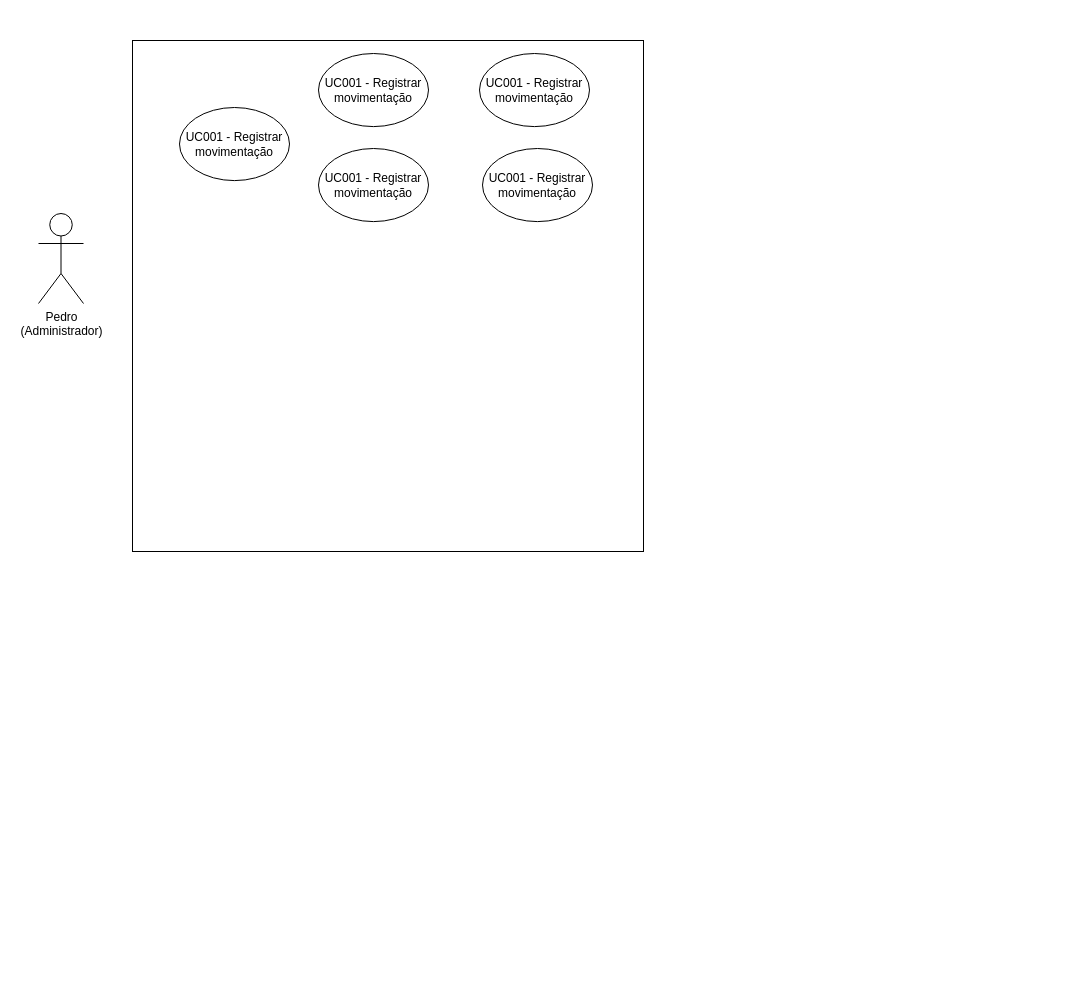
gabrielruizmb/estacionamento-api keeps this draw.io diagram as Diagrama de casos de uso.drawio. Above is the earlier version. Source tidied: cells renumbered, new cells numbered last; positions are measured from the earlier drawing's top-left corner, leaving out a move shared by most shapes. Both pictures are drawn from the tidied source at 100%, with x=0, y=0 at pixel (38, 40).
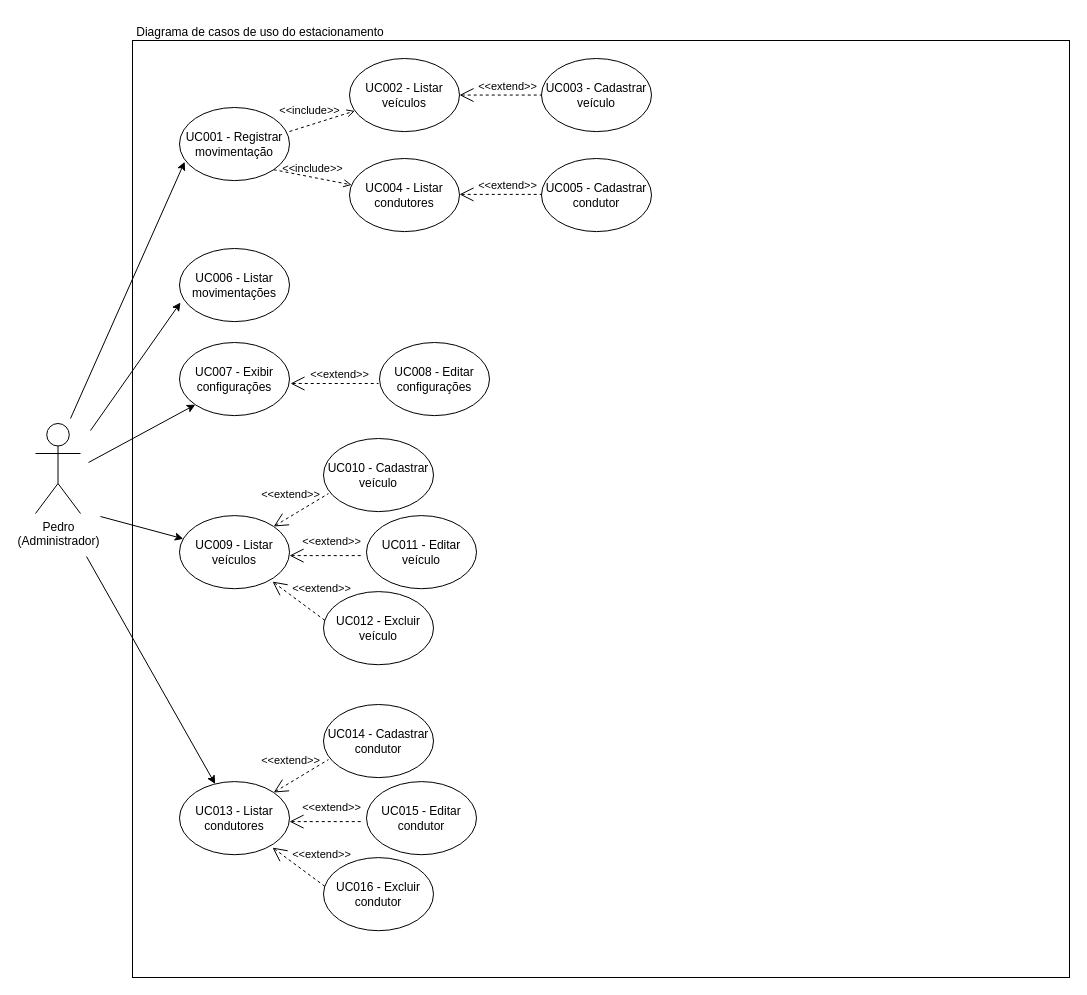
After the change.

Unchanged cells that the change refers to:
```xml
<mxCell id="4" value="UC001 - Registrar movimentação" style="ellipse;whiteSpace=wrap;html=1;" parent="1" vertex="1">
  <mxGeometry x="141" y="67" width="110" height="73.1" as="geometry" />
</mxCell>
```

Diff of the diagram source:
```diff
@@
     <mxCell id="2" value="Pedro&lt;br&gt;(Administrador)" style="shape=umlActor;verticalLabelPosition=bottom;verticalAlign=top;html=1;" parent="1" vertex="1">
-      <mxGeometry y="173" width="45" height="90" as="geometry" />
+      <mxGeometry x="-3" y="383" width="45" height="90" as="geometry" />
     </mxCell>
     <mxCell id="3" style="whiteSpace=wrap;html=1;" parent="1" vertex="1">
-      <mxGeometry x="94" width="511" height="511" as="geometry" />
+      <mxGeometry x="94" width="937" height="937" as="geometry" />
     </mxCell>
@@
-    <mxCell id="5" value="UC001 - Registrar movimentação" style="ellipse;whiteSpace=wrap;html=1;" parent="1" vertex="1">
-      <mxGeometry x="280" y="13" width="110" height="73.1" as="geometry" />
+    <mxCell id="5" value="UC003 - Cadastrar veículo" style="ellipse;whiteSpace=wrap;html=1;" parent="1" vertex="1">
+      <mxGeometry x="503" y="18" width="110" height="73.1" as="geometry" />
     </mxCell>
-    <mxCell id="6" value="UC001 - Registrar movimentação" style="ellipse;whiteSpace=wrap;html=1;" parent="1" vertex="1">
-      <mxGeometry x="280" y="108" width="110" height="73.1" as="geometry" />
+    <mxCell id="6" value="UC005 - Cadastrar condutor" style="ellipse;whiteSpace=wrap;html=1;" parent="1" vertex="1">
+      <mxGeometry x="503" y="118" width="110" height="73.1" as="geometry" />
     </mxCell>
-    <mxCell id="7" value="UC001 - Registrar movimentação" style="ellipse;whiteSpace=wrap;html=1;" parent="1" vertex="1">
-      <mxGeometry x="444" y="108" width="110" height="73.1" as="geometry" />
+    <mxCell id="7" value="UC002 - Listar veículos" style="ellipse;whiteSpace=wrap;html=1;" parent="1" vertex="1">
+      <mxGeometry x="311" y="18" width="110" height="73.1" as="geometry" />
     </mxCell>
-    <mxCell id="8" value="UC001 - Registrar movimentação" style="ellipse;whiteSpace=wrap;html=1;" parent="1" vertex="1">
-      <mxGeometry x="441" y="13" width="110" height="73.1" as="geometry" />
+    <mxCell id="8" value="UC004 - Listar condutores" style="ellipse;whiteSpace=wrap;html=1;" parent="1" vertex="1">
+      <mxGeometry x="311" y="118" width="110" height="73.1" as="geometry" />
     </mxCell>
+    <mxCell id="9" style="endArrow=classic;html=1;rounded=0;entryX=0.047;entryY=0.743;entryDx=0;entryDy=0;entryPerimeter=0;" parent="1" edge="1" target="4">
+      <mxGeometry relative="1" as="geometry">
+        <mxPoint x="32" y="378" as="sourcePoint" />
+      </mxGeometry>
+    </mxCell>
+    <mxCell id="10" value="&amp;lt;&amp;lt;include&amp;gt;&amp;gt;" style="html=1;verticalAlign=bottom;labelBackgroundColor=none;endArrow=open;endFill=0;dashed=1;rounded=0;" parent="1" edge="1">
+      <mxGeometry x="-0.34" y="5" relative="1" as="geometry">
+        <mxPoint x="251" y="91" as="sourcePoint" />
+        <mxPoint x="316.4" y="70.4" as="targetPoint" />
+      </mxGeometry>
+    </mxCell>
+    <mxCell id="11" value="&amp;lt;&amp;lt;include&amp;gt;&amp;gt;" style="html=1;verticalAlign=bottom;labelBackgroundColor=none;endArrow=open;endFill=0;dashed=1;rounded=0;exitX=1;exitY=1;exitDx=0;exitDy=0;" parent="1" edge="1" source="4" target="8">
+      <mxGeometry relative="1" as="geometry" />
+    </mxCell>
+    <mxCell id="12" value="&amp;lt;&amp;lt;extend&amp;gt;&amp;gt;" style="edgeStyle=none;html=1;startArrow=open;endArrow=none;startSize=12;verticalAlign=bottom;dashed=1;labelBackgroundColor=none;rounded=0;exitX=1;exitY=0.5;exitDx=0;exitDy=0;entryX=0;entryY=0.5;entryDx=0;entryDy=0;" parent="1" edge="1" source="7" target="5">
+      <mxGeometry x="0.17" relative="1" as="geometry" />
+    </mxCell>
+    <mxCell id="13" value="&amp;lt;&amp;lt;extend&amp;gt;&amp;gt;" style="edgeStyle=none;html=1;startArrow=open;endArrow=none;startSize=12;verticalAlign=bottom;dashed=1;labelBackgroundColor=none;rounded=0;exitX=1;exitY=0.5;exitDx=0;exitDy=0;entryX=0;entryY=0.5;entryDx=0;entryDy=0;" parent="1" edge="1">
+      <mxGeometry x="0.17" relative="1" as="geometry">
+        <mxPoint x="421" y="153.9" as="sourcePoint" />
+        <mxPoint x="503" y="153.9" as="targetPoint" />
+      </mxGeometry>
+    </mxCell>
+    <mxCell id="14" value="UC006 - Listar movimentações" style="ellipse;whiteSpace=wrap;html=1;" parent="1" vertex="1">
+      <mxGeometry x="141" y="208" width="110" height="73.1" as="geometry" />
+    </mxCell>
+    <mxCell id="15" style="endArrow=classic;html=1;rounded=0;entryX=0.009;entryY=0.739;entryDx=0;entryDy=0;entryPerimeter=0;" parent="1" edge="1" target="14">
+      <mxGeometry relative="1" as="geometry">
+        <mxPoint x="52" y="390" as="sourcePoint" />
+      </mxGeometry>
+    </mxCell>
+    <mxCell id="16" value="UC007 - Exibir configurações" style="ellipse;whiteSpace=wrap;html=1;" parent="1" vertex="1">
+      <mxGeometry x="141" y="302" width="110" height="73.1" as="geometry" />
+    </mxCell>
+    <mxCell id="17" value="UC008 - Editar configurações" style="ellipse;whiteSpace=wrap;html=1;" parent="1" vertex="1">
+      <mxGeometry x="341" y="302" width="110" height="73.1" as="geometry" />
+    </mxCell>
+    <mxCell id="18" value="&amp;lt;&amp;lt;extend&amp;gt;&amp;gt;" style="edgeStyle=none;html=1;startArrow=open;endArrow=none;startSize=12;verticalAlign=bottom;dashed=1;labelBackgroundColor=none;rounded=0;" parent="1" edge="1">
+      <mxGeometry x="0.11" relative="1" as="geometry">
+        <mxPoint x="252" y="343" as="sourcePoint" />
+        <mxPoint x="340" y="343" as="targetPoint" />
+      </mxGeometry>
+    </mxCell>
+    <mxCell id="19" style="endArrow=classic;html=1;rounded=0;entryX=0;entryY=1;entryDx=0;entryDy=0;" parent="1" edge="1" target="16">
+      <mxGeometry relative="1" as="geometry">
+        <mxPoint x="50" y="422" as="sourcePoint" />
+      </mxGeometry>
+    </mxCell>
+    <mxCell id="20" value="UC009 - Listar veículos" style="ellipse;whiteSpace=wrap;html=1;" parent="1" vertex="1">
+      <mxGeometry x="141" y="475.1" width="110" height="73.1" as="geometry" />
+    </mxCell>
+    <mxCell id="21" value="UC010 - Cadastrar veículo" style="ellipse;whiteSpace=wrap;html=1;" parent="1" vertex="1">
+      <mxGeometry x="285" y="398" width="110" height="73.1" as="geometry" />
+    </mxCell>
+    <mxCell id="22" value="UC011 - Editar veículo" style="ellipse;whiteSpace=wrap;html=1;" parent="1" vertex="1">
+      <mxGeometry x="328" y="475.1" width="110" height="73.1" as="geometry" />
+    </mxCell>
+    <mxCell id="23" value="UC012 - Excluir veículo" style="ellipse;whiteSpace=wrap;html=1;" parent="1" vertex="1">
+      <mxGeometry x="285" y="551.1" width="110" height="73.1" as="geometry" />
+    </mxCell>
+    <mxCell id="24" value="&amp;lt;&amp;lt;extend&amp;gt;&amp;gt;" style="edgeStyle=none;html=1;startArrow=open;endArrow=none;startSize=12;verticalAlign=bottom;dashed=1;labelBackgroundColor=none;rounded=0;entryX=0.045;entryY=0.754;entryDx=0;entryDy=0;exitX=1;exitY=0;exitDx=0;exitDy=0;entryPerimeter=0;" parent="1" edge="1" source="20" target="21">
+      <mxGeometry x="-0.2" y="11" relative="1" as="geometry" />
+    </mxCell>
+    <mxCell id="25" value="&amp;lt;&amp;lt;extend&amp;gt;&amp;gt;" style="edgeStyle=none;html=1;startArrow=open;endArrow=none;startSize=12;verticalAlign=bottom;dashed=1;labelBackgroundColor=none;rounded=0;" parent="1" edge="1">
+      <mxGeometry x="0.14" y="5" relative="1" as="geometry">
+        <mxPoint x="251" y="515.1" as="sourcePoint" />
+        <mxPoint x="325" y="515.1" as="targetPoint" />
+      </mxGeometry>
+    </mxCell>
+    <mxCell id="26" value="&amp;lt;&amp;lt;extend&amp;gt;&amp;gt;" style="edgeStyle=none;html=1;startArrow=open;endArrow=none;startSize=12;verticalAlign=bottom;dashed=1;labelBackgroundColor=none;rounded=0;entryX=0.021;entryY=0.403;entryDx=0;entryDy=0;entryPerimeter=0;" parent="1" edge="1" target="23">
+      <mxGeometry x="0.49" y="16" relative="1" as="geometry">
+        <mxPoint x="234" y="541.1" as="sourcePoint" />
+      </mxGeometry>
+    </mxCell>
+    <mxCell id="27" value="UC013 - Listar condutores" style="ellipse;whiteSpace=wrap;html=1;" parent="1" vertex="1">
+      <mxGeometry x="141" y="741.1" width="110" height="73.1" as="geometry" />
+    </mxCell>
+    <mxCell id="28" value="UC014 - Cadastrar condutor" style="ellipse;whiteSpace=wrap;html=1;" parent="1" vertex="1">
+      <mxGeometry x="285" y="664" width="110" height="73.1" as="geometry" />
+    </mxCell>
+    <mxCell id="29" value="UC015 - Editar condutor" style="ellipse;whiteSpace=wrap;html=1;" parent="1" vertex="1">
+      <mxGeometry x="328" y="741.1" width="110" height="73.1" as="geometry" />
+    </mxCell>
+    <mxCell id="30" value="UC016 - Excluir condutor" style="ellipse;whiteSpace=wrap;html=1;" parent="1" vertex="1">
+      <mxGeometry x="285" y="817.1" width="110" height="73.1" as="geometry" />
+    </mxCell>
+    <mxCell id="31" value="&amp;lt;&amp;lt;extend&amp;gt;&amp;gt;" style="edgeStyle=none;html=1;startArrow=open;endArrow=none;startSize=12;verticalAlign=bottom;dashed=1;labelBackgroundColor=none;rounded=0;entryX=0.045;entryY=0.754;entryDx=0;entryDy=0;exitX=1;exitY=0;exitDx=0;exitDy=0;entryPerimeter=0;" parent="1" edge="1" source="27" target="28">
+      <mxGeometry x="-0.2" y="11" relative="1" as="geometry" />
+    </mxCell>
+    <mxCell id="32" value="&amp;lt;&amp;lt;extend&amp;gt;&amp;gt;" style="edgeStyle=none;html=1;startArrow=open;endArrow=none;startSize=12;verticalAlign=bottom;dashed=1;labelBackgroundColor=none;rounded=0;" parent="1" edge="1">
+      <mxGeometry x="0.14" y="5" relative="1" as="geometry">
+        <mxPoint x="251" y="781.1" as="sourcePoint" />
+        <mxPoint x="325" y="781.1" as="targetPoint" />
+      </mxGeometry>
+    </mxCell>
+    <mxCell id="33" value="&amp;lt;&amp;lt;extend&amp;gt;&amp;gt;" style="edgeStyle=none;html=1;startArrow=open;endArrow=none;startSize=12;verticalAlign=bottom;dashed=1;labelBackgroundColor=none;rounded=0;entryX=0.021;entryY=0.403;entryDx=0;entryDy=0;entryPerimeter=0;" parent="1" edge="1" target="30">
+      <mxGeometry x="0.49" y="16" relative="1" as="geometry">
+        <mxPoint x="234" y="807.1" as="sourcePoint" />
+      </mxGeometry>
+    </mxCell>
+    <mxCell id="34" style="endArrow=classic;html=1;rounded=0;" parent="1" edge="1" target="27">
+      <mxGeometry relative="1" as="geometry">
+        <mxPoint x="48" y="516" as="sourcePoint" />
+      </mxGeometry>
+    </mxCell>
+    <mxCell id="35" style="endArrow=classic;html=1;rounded=0;" parent="1" edge="1" target="20">
+      <mxGeometry relative="1" as="geometry">
+        <mxPoint x="62" y="476" as="sourcePoint" />
+      </mxGeometry>
+    </mxCell>
+    <mxCell id="36" value="Diagrama de casos de uso do estacionamento" style="text;html=1;strokeColor=none;fillColor=none;align=center;verticalAlign=middle;whiteSpace=wrap;rounded=0;" parent="1" vertex="1">
+      <mxGeometry x="94" y="-23" width="256" height="30" as="geometry" />
+    </mxCell>
```
